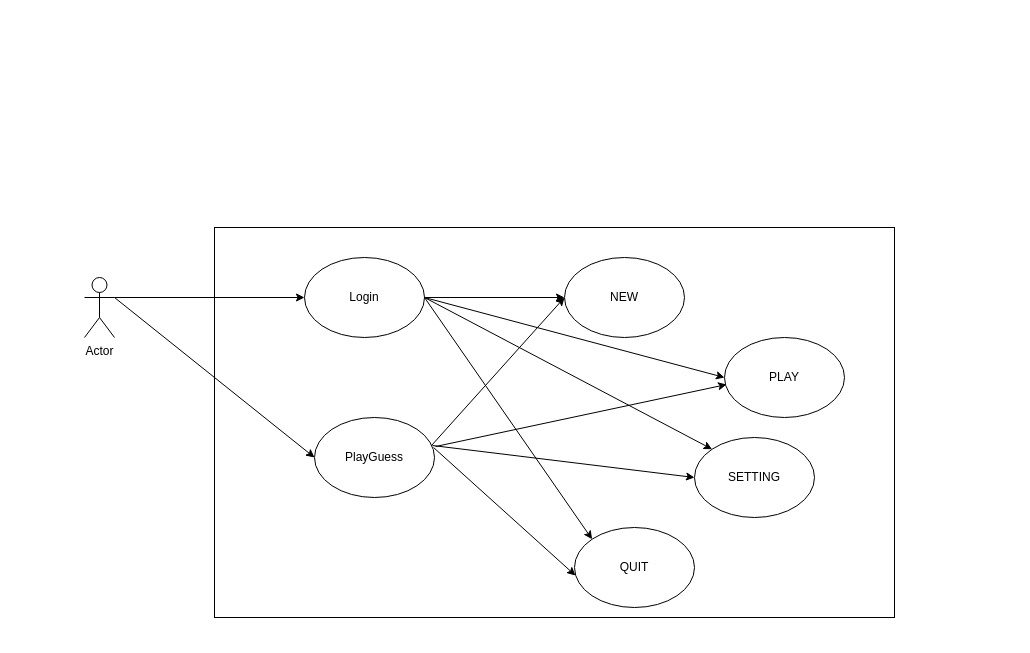
This is image/uscase.drawio from tinsh00/DoAn, a draw.io file, before an edit. Source tidied: cells renumbered, new cells numbered last; positions are measured from the earlier drawing's top-left corner, leaving out a move shared by most shapes. Both pictures are drawn from the tidied source at 100%, with x=0, y=0 at pixel (84, 227).
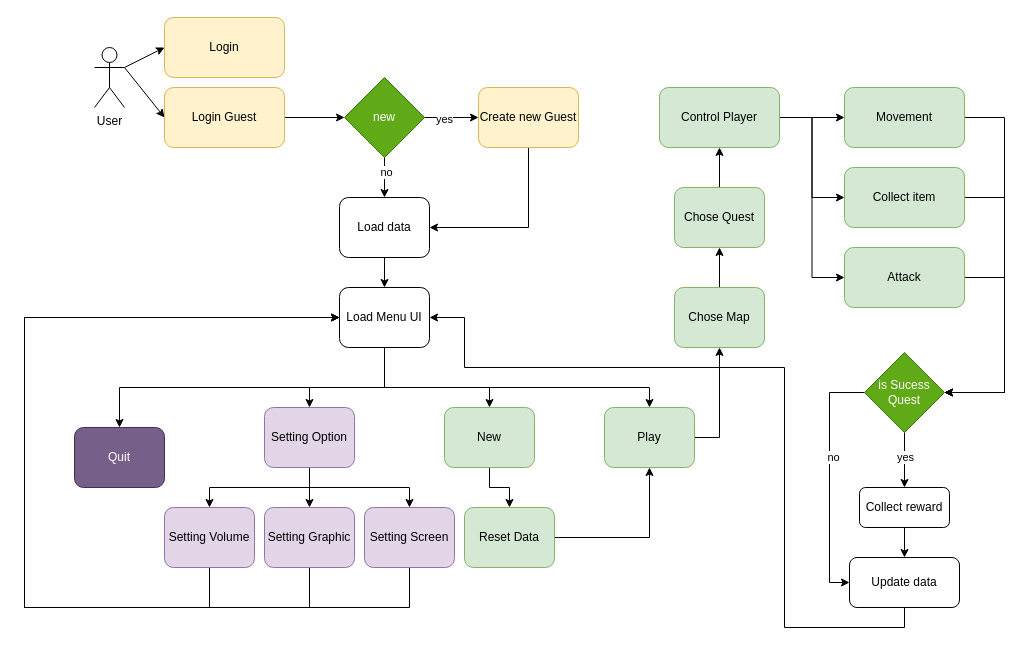
The same page after the edit.

The edit, as a diff of the source:
```diff
@@
-    <mxCell id="2" style="rounded=0;whiteSpace=wrap;html=1;" parent="1" vertex="1">
-      <mxGeometry x="130" width="680" height="390" as="geometry" />
-    </mxCell>
-    <mxCell id="3" value="Actor" style="shape=umlActor;verticalLabelPosition=bottom;verticalAlign=top;html=1;outlineConnect=0;" parent="1" vertex="1">
-      <mxGeometry y="50" width="30" height="60" as="geometry" />
+    <mxCell id="3" value="User" style="shape=umlActor;verticalLabelPosition=bottom;verticalAlign=top;html=1;outlineConnect=0;" parent="1" vertex="1">
+      <mxGeometry x="10" y="-180" width="30" height="60" as="geometry" />
     </mxCell>
-    <mxCell id="4" value="NEW" style="ellipse;whiteSpace=wrap;html=1;" parent="1" vertex="1">
-      <mxGeometry x="480" y="30" width="120" height="80" as="geometry" />
-    </mxCell>
-    <mxCell id="5" value="PLAY" style="ellipse;whiteSpace=wrap;html=1;" parent="1" vertex="1">
-      <mxGeometry x="640" y="110" width="120" height="80" as="geometry" />
-    </mxCell>
-    <mxCell id="6" value="SETTING" style="ellipse;whiteSpace=wrap;html=1;" parent="1" vertex="1">
-      <mxGeometry x="610" y="210" width="120" height="80" as="geometry" />
-    </mxCell>
-    <mxCell id="7" value="QUIT" style="ellipse;whiteSpace=wrap;html=1;" parent="1" vertex="1">
-      <mxGeometry x="490" y="300" width="120" height="80" as="geometry" />
-    </mxCell>
-    <mxCell id="8" style="endArrow=classic;html=1;rounded=0;entryX=0;entryY=0.5;entryDx=0;entryDy=0;exitX=0.975;exitY=0.35;exitDx=0;exitDy=0;exitPerimeter=0;" parent="1" edge="1" source="13" target="4">
-      <mxGeometry relative="1" as="geometry" />
-    </mxCell>
-    <mxCell id="9" style="endArrow=classic;html=1;rounded=0;entryX=0.017;entryY=0.588;entryDx=0;entryDy=0;entryPerimeter=0;exitX=1.008;exitY=0.363;exitDx=0;exitDy=0;exitPerimeter=0;" parent="1" edge="1" source="13" target="5">
-      <mxGeometry relative="1" as="geometry" />
-    </mxCell>
-    <mxCell id="10" style="endArrow=classic;html=1;rounded=0;entryX=0;entryY=0.5;entryDx=0;entryDy=0;exitX=0.983;exitY=0.35;exitDx=0;exitDy=0;exitPerimeter=0;" parent="1" edge="1" source="13" target="6">
-      <mxGeometry relative="1" as="geometry" />
-    </mxCell>
-    <mxCell id="11" style="endArrow=classic;html=1;rounded=0;entryX=0.008;entryY=0.6;entryDx=0;entryDy=0;entryPerimeter=0;exitX=0.992;exitY=0.375;exitDx=0;exitDy=0;exitPerimeter=0;" parent="1" edge="1" source="13" target="7">
-      <mxGeometry relative="1" as="geometry" />
-    </mxCell>
-    <mxCell id="12" value="Login" style="ellipse;whiteSpace=wrap;html=1;" parent="1" vertex="1">
-      <mxGeometry x="220" y="30" width="120" height="80" as="geometry" />
-    </mxCell>
-    <mxCell id="13" value="PlayGuess" style="ellipse;whiteSpace=wrap;html=1;" parent="1" vertex="1">
-      <mxGeometry x="230" y="190" width="120" height="80" as="geometry" />
-    </mxCell>
-    <mxCell id="14" style="endArrow=classic;html=1;rounded=0;exitX=1;exitY=0.3333333333333333;exitDx=0;exitDy=0;exitPerimeter=0;entryX=0;entryY=0.5;entryDx=0;entryDy=0;" parent="1" edge="1" source="3" target="13">
+    <mxCell id="14" style="endArrow=classic;html=1;rounded=0;exitX=1;exitY=0.3333333333333333;exitDx=0;exitDy=0;exitPerimeter=0;entryX=0;entryY=0.5;entryDx=0;entryDy=0;" parent="1" edge="1" source="3" target="21">
       <mxGeometry relative="1" as="geometry" />
     </mxCell>
@@
-    <mxCell id="16" style="endArrow=classic;html=1;rounded=0;entryX=0;entryY=0.5;entryDx=0;entryDy=0;exitX=1;exitY=0.5;exitDx=0;exitDy=0;" parent="1" edge="1" source="12" target="4">
-      <mxGeometry relative="1" as="geometry" />
-    </mxCell>
-    <mxCell id="17" style="endArrow=classic;html=1;rounded=0;entryX=0;entryY=0.5;entryDx=0;entryDy=0;exitX=1;exitY=0.5;exitDx=0;exitDy=0;" parent="1" edge="1" source="12" target="5">
-      <mxGeometry relative="1" as="geometry" />
-    </mxCell>
-    <mxCell id="18" style="endArrow=classic;html=1;rounded=0;entryX=0;entryY=0;entryDx=0;entryDy=0;exitX=1;exitY=0.5;exitDx=0;exitDy=0;" parent="1" edge="1" source="12" target="6">
-      <mxGeometry relative="1" as="geometry" />
-    </mxCell>
-    <mxCell id="19" style="endArrow=classic;html=1;rounded=0;entryX=0;entryY=0;entryDx=0;entryDy=0;" parent="1" edge="1" target="7">
-      <mxGeometry relative="1" as="geometry">
-        <mxPoint x="340" y="70" as="sourcePoint" />
-      </mxGeometry>
-    </mxCell>
+    <mxCell id="20" style="edgeStyle=orthogonalEdgeStyle;rounded=0;jettySize=auto;html=1;entryX=0;entryY=0.5;entryDx=0;entryDy=0;" parent="1" edge="1" source="21" target="26">
+      <mxGeometry relative="1" as="geometry" />
+    </mxCell>
+    <mxCell id="21" value="Login Guest" style="rounded=1;whiteSpace=wrap;html=1;fillColor=#fff2cc;strokeColor=#d6b656;" parent="1" vertex="1">
+      <mxGeometry x="80" y="-140" width="120" height="60" as="geometry" />
+    </mxCell>
+    <mxCell id="12" value="Login" style="rounded=1;whiteSpace=wrap;html=1;fillColor=#fff2cc;strokeColor=#d6b656;" parent="1" vertex="1">
+      <mxGeometry x="80" y="-210" width="120" height="60" as="geometry" />
+    </mxCell>
+    <mxCell id="22" style="edgeStyle=orthogonalEdgeStyle;rounded=0;jettySize=auto;html=1;entryX=0;entryY=0.5;entryDx=0;entryDy=0;" parent="1" edge="1" source="26" target="28">
+      <mxGeometry relative="1" as="geometry" />
+    </mxCell>
+    <mxCell id="23" value="yes" style="edgeLabel;html=1;align=center;verticalAlign=middle;" parent="22" vertex="1">
+      <mxGeometry x="-0.29" y="-1" relative="1" as="geometry" />
+    </mxCell>
+    <mxCell id="24" style="edgeStyle=orthogonalEdgeStyle;rounded=0;jettySize=auto;html=1;" parent="1" edge="1" source="26" target="31">
+      <mxGeometry relative="1" as="geometry" />
+    </mxCell>
+    <mxCell id="25" value="no" style="edgeLabel;html=1;align=center;verticalAlign=middle;" parent="24" vertex="1">
+      <mxGeometry x="-0.29" y="1" relative="1" as="geometry" />
+    </mxCell>
+    <mxCell id="26" value="new" style="rhombus;whiteSpace=wrap;html=1;fillColor=#60a917;strokeColor=#2D7600;fontColor=#ffffff;" parent="1" vertex="1">
+      <mxGeometry x="260" y="-150" width="80" height="80" as="geometry" />
+    </mxCell>
+    <mxCell id="27" style="edgeStyle=orthogonalEdgeStyle;rounded=0;jettySize=auto;html=1;entryX=1;entryY=0.5;entryDx=0;entryDy=0;exitX=0.5;exitY=1;exitDx=0;exitDy=0;" parent="1" edge="1" source="28" target="31">
+      <mxGeometry relative="1" as="geometry" />
+    </mxCell>
+    <mxCell id="28" value="Create new Guest" style="rounded=1;whiteSpace=wrap;html=1;fillColor=#fff2cc;strokeColor=#d6b656;" parent="1" vertex="1">
+      <mxGeometry x="394" y="-140" width="100" height="60" as="geometry" />
+    </mxCell>
+    <mxCell id="29" style="edgeStyle=orthogonalEdgeStyle;rounded=0;jettySize=auto;html=1;entryX=0.5;entryY=0;entryDx=0;entryDy=0;exitX=0.5;exitY=1;exitDx=0;exitDy=0;" parent="1" edge="1" source="56" target="40">
+      <mxGeometry relative="1" as="geometry">
+        <Array as="points">
+          <mxPoint x="300" y="160" />
+          <mxPoint x="35" y="160" />
+        </Array>
+      </mxGeometry>
+    </mxCell>
+    <mxCell id="30" style="edgeStyle=orthogonalEdgeStyle;rounded=0;jettySize=auto;html=1;" parent="1" edge="1" source="31" target="56">
+      <mxGeometry relative="1" as="geometry" />
+    </mxCell>
+    <mxCell id="31" value="Load data" style="rounded=1;whiteSpace=wrap;html=1;" parent="1" vertex="1">
+      <mxGeometry x="255" y="-30" width="90" height="60" as="geometry" />
+    </mxCell>
+    <mxCell id="32" style="edgeStyle=orthogonalEdgeStyle;rounded=0;jettySize=auto;html=1;entryX=0.5;entryY=0;entryDx=0;entryDy=0;" parent="1" edge="1" source="33" target="42">
+      <mxGeometry relative="1" as="geometry" />
+    </mxCell>
+    <mxCell id="33" value="New" style="rounded=1;whiteSpace=wrap;html=1;fillColor=#d5e8d4;strokeColor=#82b366;" parent="1" vertex="1">
+      <mxGeometry x="360" y="180" width="90" height="60" as="geometry" />
+    </mxCell>
+    <mxCell id="34" style="edgeStyle=orthogonalEdgeStyle;rounded=0;jettySize=auto;html=1;exitX=1;exitY=0.5;exitDx=0;exitDy=0;" parent="1" edge="1" source="35" target="44">
+      <mxGeometry relative="1" as="geometry" />
+    </mxCell>
+    <mxCell id="35" value="Play" style="rounded=1;whiteSpace=wrap;html=1;fillColor=#d5e8d4;strokeColor=#82b366;" parent="1" vertex="1">
+      <mxGeometry x="520" y="180" width="90" height="60" as="geometry" />
+    </mxCell>
+    <mxCell id="36" style="edgeStyle=orthogonalEdgeStyle;rounded=0;jettySize=auto;html=1;exitX=0.5;exitY=1;exitDx=0;exitDy=0;" parent="1" edge="1" source="39" target="50">
+      <mxGeometry relative="1" as="geometry" />
+    </mxCell>
+    <mxCell id="37" style="edgeStyle=orthogonalEdgeStyle;rounded=0;jettySize=auto;html=1;" parent="1" edge="1" source="39" target="48">
+      <mxGeometry relative="1" as="geometry" />
+    </mxCell>
+    <mxCell id="38" style="edgeStyle=orthogonalEdgeStyle;rounded=0;jettySize=auto;html=1;entryX=0.5;entryY=0;entryDx=0;entryDy=0;" parent="1" edge="1" source="39" target="46">
+      <mxGeometry relative="1" as="geometry">
+        <Array as="points">
+          <mxPoint x="225" y="260" />
+          <mxPoint x="325" y="260" />
+        </Array>
+      </mxGeometry>
+    </mxCell>
+    <mxCell id="39" value="Setting Option" style="rounded=1;whiteSpace=wrap;html=1;fillColor=#e1d5e7;strokeColor=#9673a6;" parent="1" vertex="1">
+      <mxGeometry x="180" y="180" width="90" height="60" as="geometry" />
+    </mxCell>
+    <mxCell id="40" value="Quit" style="rounded=1;whiteSpace=wrap;html=1;fillColor=#76608a;fontColor=#ffffff;strokeColor=#432D57;" parent="1" vertex="1">
+      <mxGeometry x="-10" y="200" width="90" height="60" as="geometry" />
+    </mxCell>
+    <mxCell id="41" style="edgeStyle=orthogonalEdgeStyle;rounded=0;jettySize=auto;html=1;entryX=0.5;entryY=1;entryDx=0;entryDy=0;" parent="1" edge="1" source="42" target="35">
+      <mxGeometry relative="1" as="geometry" />
+    </mxCell>
+    <mxCell id="42" value="Reset Data" style="rounded=1;whiteSpace=wrap;html=1;fillColor=#d5e8d4;strokeColor=#82b366;" parent="1" vertex="1">
+      <mxGeometry x="380" y="280" width="90" height="60" as="geometry" />
+    </mxCell>
+    <mxCell id="43" style="edgeStyle=orthogonalEdgeStyle;rounded=0;jettySize=auto;html=1;entryX=0.5;entryY=1;entryDx=0;entryDy=0;" parent="1" edge="1" source="44" target="52">
+      <mxGeometry relative="1" as="geometry" />
+    </mxCell>
+    <mxCell id="44" value="Chose Map" style="rounded=1;whiteSpace=wrap;html=1;fillColor=#d5e8d4;strokeColor=#82b366;" parent="1" vertex="1">
+      <mxGeometry x="590" y="60" width="90" height="60" as="geometry" />
+    </mxCell>
+    <mxCell id="45" style="edgeStyle=orthogonalEdgeStyle;rounded=0;jettySize=auto;html=1;entryX=0;entryY=0.5;entryDx=0;entryDy=0;" parent="1" edge="1" source="46" target="56">
+      <mxGeometry relative="1" as="geometry">
+        <Array as="points">
+          <mxPoint x="325" y="380" />
+          <mxPoint x="-60" y="380" />
+          <mxPoint x="-60" y="90" />
+        </Array>
+      </mxGeometry>
+    </mxCell>
+    <mxCell id="46" value="Setting Screen" style="rounded=1;whiteSpace=wrap;html=1;fillColor=#e1d5e7;strokeColor=#9673a6;" parent="1" vertex="1">
+      <mxGeometry x="280" y="280" width="90" height="60" as="geometry" />
+    </mxCell>
+    <mxCell id="47" style="edgeStyle=orthogonalEdgeStyle;rounded=0;jettySize=auto;html=1;entryX=0;entryY=0.5;entryDx=0;entryDy=0;" parent="1" edge="1" source="48" target="56">
+      <mxGeometry relative="1" as="geometry">
+        <Array as="points">
+          <mxPoint x="225" y="380" />
+          <mxPoint x="-60" y="380" />
+          <mxPoint x="-60" y="90" />
+        </Array>
+      </mxGeometry>
+    </mxCell>
+    <mxCell id="48" value="Setting Graphic" style="rounded=1;whiteSpace=wrap;html=1;fillColor=#e1d5e7;strokeColor=#9673a6;" parent="1" vertex="1">
+      <mxGeometry x="180" y="280" width="90" height="60" as="geometry" />
+    </mxCell>
+    <mxCell id="49" style="edgeStyle=orthogonalEdgeStyle;rounded=0;jettySize=auto;html=1;" parent="1" edge="1" source="50" target="56">
+      <mxGeometry relative="1" as="geometry">
+        <Array as="points">
+          <mxPoint x="125" y="380" />
+          <mxPoint x="-60" y="380" />
+          <mxPoint x="-60" y="90" />
+        </Array>
+      </mxGeometry>
+    </mxCell>
+    <mxCell id="50" value="Setting Volume" style="rounded=1;whiteSpace=wrap;html=1;fillColor=#e1d5e7;strokeColor=#9673a6;" parent="1" vertex="1">
+      <mxGeometry x="80" y="280" width="90" height="60" as="geometry" />
+    </mxCell>
+    <mxCell id="51" style="edgeStyle=orthogonalEdgeStyle;rounded=0;jettySize=auto;html=1;" parent="1" edge="1" source="52" target="60">
+      <mxGeometry relative="1" as="geometry" />
+    </mxCell>
+    <mxCell id="52" value="Chose Quest" style="rounded=1;whiteSpace=wrap;html=1;fillColor=#d5e8d4;strokeColor=#82b366;" parent="1" vertex="1">
+      <mxGeometry x="590" y="-40" width="90" height="60" as="geometry" />
+    </mxCell>
+    <mxCell id="53" style="edgeStyle=orthogonalEdgeStyle;rounded=0;jettySize=auto;html=1;entryX=0.5;entryY=0;entryDx=0;entryDy=0;" parent="1" edge="1" source="56" target="39">
+      <mxGeometry relative="1" as="geometry">
+        <Array as="points">
+          <mxPoint x="300" y="160" />
+          <mxPoint x="225" y="160" />
+        </Array>
+      </mxGeometry>
+    </mxCell>
+    <mxCell id="54" style="edgeStyle=orthogonalEdgeStyle;rounded=0;jettySize=auto;html=1;entryX=0.5;entryY=0;entryDx=0;entryDy=0;" parent="1" edge="1" source="56" target="33">
+      <mxGeometry relative="1" as="geometry">
+        <Array as="points">
+          <mxPoint x="300" y="160" />
+          <mxPoint x="405" y="160" />
+        </Array>
+      </mxGeometry>
+    </mxCell>
+    <mxCell id="55" style="edgeStyle=orthogonalEdgeStyle;rounded=0;jettySize=auto;html=1;entryX=0.5;entryY=0;entryDx=0;entryDy=0;" parent="1" edge="1" source="56" target="35">
+      <mxGeometry relative="1" as="geometry">
+        <Array as="points">
+          <mxPoint x="300" y="160" />
+          <mxPoint x="565" y="160" />
+        </Array>
+      </mxGeometry>
+    </mxCell>
+    <mxCell id="56" value="Load Menu UI" style="rounded=1;whiteSpace=wrap;html=1;" parent="1" vertex="1">
+      <mxGeometry x="255" y="60" width="90" height="60" as="geometry" />
+    </mxCell>
+    <mxCell id="57" style="edgeStyle=orthogonalEdgeStyle;rounded=0;jettySize=auto;html=1;" parent="1" edge="1" source="60">
+      <mxGeometry relative="1" as="geometry">
+        <mxPoint x="760" y="-110" as="targetPoint" />
+      </mxGeometry>
+    </mxCell>
+    <mxCell id="58" style="edgeStyle=orthogonalEdgeStyle;rounded=0;jettySize=auto;html=1;entryX=0;entryY=0.5;entryDx=0;entryDy=0;" parent="1" edge="1" source="60" target="64">
+      <mxGeometry relative="1" as="geometry" />
+    </mxCell>
+    <mxCell id="59" style="edgeStyle=orthogonalEdgeStyle;rounded=0;jettySize=auto;html=1;entryX=0;entryY=0.5;entryDx=0;entryDy=0;" parent="1" edge="1" source="60" target="66">
+      <mxGeometry relative="1" as="geometry" />
+    </mxCell>
+    <mxCell id="60" value="Control Player" style="whiteSpace=wrap;html=1;rounded=1;strokeColor=#82b366;fillColor=#d5e8d4;" parent="1" vertex="1">
+      <mxGeometry x="575" y="-140" width="120" height="60" as="geometry" />
+    </mxCell>
+    <mxCell id="61" style="edgeStyle=orthogonalEdgeStyle;rounded=0;jettySize=auto;html=1;entryX=1;entryY=0.5;entryDx=0;entryDy=0;" parent="1" edge="1" source="62" target="71">
+      <mxGeometry relative="1" as="geometry">
+        <Array as="points">
+          <mxPoint x="920" y="-110" />
+          <mxPoint x="920" y="165" />
+        </Array>
+      </mxGeometry>
+    </mxCell>
+    <mxCell id="62" value="Movement" style="whiteSpace=wrap;html=1;rounded=1;strokeColor=#82b366;fillColor=#d5e8d4;" parent="1" vertex="1">
+      <mxGeometry x="760" y="-140" width="120" height="60" as="geometry" />
+    </mxCell>
+    <mxCell id="63" style="edgeStyle=orthogonalEdgeStyle;rounded=0;jettySize=auto;html=1;entryX=1;entryY=0.5;entryDx=0;entryDy=0;" parent="1" edge="1" source="64" target="71">
+      <mxGeometry relative="1" as="geometry">
+        <Array as="points">
+          <mxPoint x="920" y="50" />
+          <mxPoint x="920" y="165" />
+        </Array>
+      </mxGeometry>
+    </mxCell>
+    <mxCell id="64" value="Attack" style="whiteSpace=wrap;html=1;rounded=1;strokeColor=#82b366;fillColor=#d5e8d4;" parent="1" vertex="1">
+      <mxGeometry x="760" y="20" width="120" height="60" as="geometry" />
+    </mxCell>
+    <mxCell id="65" style="edgeStyle=orthogonalEdgeStyle;rounded=0;jettySize=auto;html=1;entryX=1;entryY=0.5;entryDx=0;entryDy=0;" parent="1" edge="1" source="66" target="71">
+      <mxGeometry relative="1" as="geometry">
+        <Array as="points">
+          <mxPoint x="920" y="-30" />
+          <mxPoint x="920" y="165" />
+        </Array>
+      </mxGeometry>
+    </mxCell>
+    <mxCell id="66" value="Collect item" style="whiteSpace=wrap;html=1;rounded=1;strokeColor=#82b366;fillColor=#d5e8d4;" parent="1" vertex="1">
+      <mxGeometry x="760" y="-60" width="120" height="60" as="geometry" />
+    </mxCell>
+    <mxCell id="67" style="edgeStyle=orthogonalEdgeStyle;rounded=0;jettySize=auto;html=1;" parent="1" edge="1" source="71">
+      <mxGeometry relative="1" as="geometry">
+        <mxPoint x="820" y="260" as="targetPoint" />
+      </mxGeometry>
+    </mxCell>
+    <mxCell id="68" value="yes" style="edgeLabel;html=1;align=center;verticalAlign=middle;" parent="67" vertex="1">
+      <mxGeometry x="0.19" relative="1" as="geometry">
+        <mxPoint y="-8" as="offset" />
+      </mxGeometry>
+    </mxCell>
+    <mxCell id="69" style="edgeStyle=orthogonalEdgeStyle;rounded=0;jettySize=auto;html=1;entryX=0;entryY=0.5;entryDx=0;entryDy=0;" parent="1" edge="1" source="71" target="75">
+      <mxGeometry relative="1" as="geometry">
+        <Array as="points">
+          <mxPoint x="745" y="165" />
+          <mxPoint x="745" y="355" />
+        </Array>
+      </mxGeometry>
+    </mxCell>
+    <mxCell id="70" value="no" style="edgeLabel;html=1;align=center;verticalAlign=middle;" parent="69" vertex="1">
+      <mxGeometry x="-0.19" y="3" relative="1" as="geometry" />
+    </mxCell>
+    <mxCell id="71" value="is Sucess Quest" style="rhombus;whiteSpace=wrap;html=1;fillColor=#60a917;fontColor=#ffffff;strokeColor=#2D7600;" parent="1" vertex="1">
+      <mxGeometry x="780" y="125" width="80" height="80" as="geometry" />
+    </mxCell>
+    <mxCell id="72" style="edgeStyle=orthogonalEdgeStyle;rounded=0;jettySize=auto;html=1;" parent="1" edge="1" source="73" target="75">
+      <mxGeometry relative="1" as="geometry" />
+    </mxCell>
+    <mxCell id="73" value="Collect reward" style="rounded=1;whiteSpace=wrap;html=1;" parent="1" vertex="1">
+      <mxGeometry x="775" y="260" width="90" height="40" as="geometry" />
+    </mxCell>
+    <mxCell id="74" style="edgeStyle=orthogonalEdgeStyle;rounded=0;jettySize=auto;html=1;entryX=1;entryY=0.5;entryDx=0;entryDy=0;exitX=0.5;exitY=1;exitDx=0;exitDy=0;" parent="1" edge="1" source="75" target="56">
+      <mxGeometry relative="1" as="geometry">
+        <Array as="points">
+          <mxPoint x="820" y="400" />
+          <mxPoint x="700" y="400" />
+          <mxPoint x="700" y="140" />
+          <mxPoint x="380" y="140" />
+          <mxPoint x="380" y="90" />
+        </Array>
+      </mxGeometry>
+    </mxCell>
+    <mxCell id="75" value="Update data" style="whiteSpace=wrap;html=1;rounded=1;" parent="1" vertex="1">
+      <mxGeometry x="765" y="330" width="110" height="50" as="geometry" />
+    </mxCell>
```
